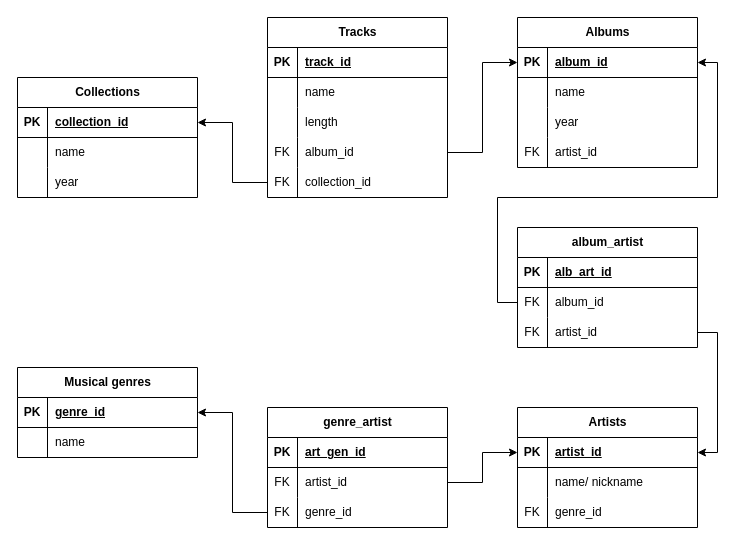
Earlier version of the draw.io diagram hw_2_database.drawio (antgusev/hw_db_task2). Source tidied: cells renumbered, new cells numbered last; positions are measured from the earlier drawing's top-left corner, leaving out a move shared by most shapes. Both pictures are drawn from the tidied source at 100%, with x=0, y=0 at pixel (17, 17).
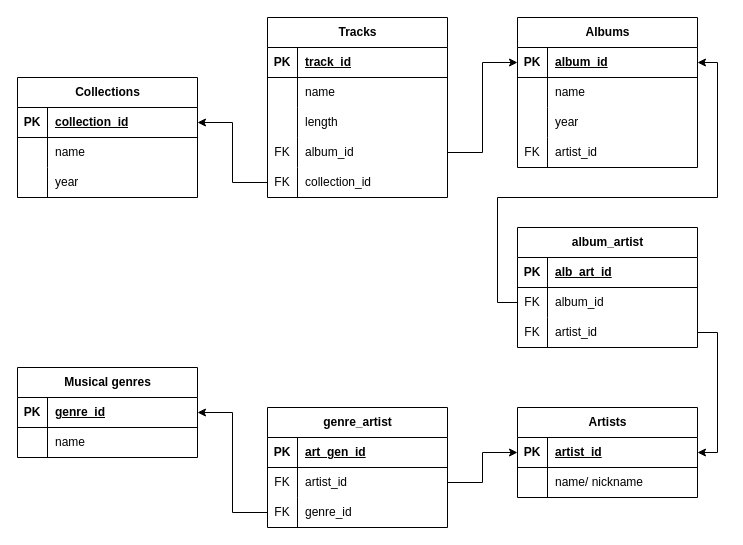
Above is the later version.

What changed in the source:
```diff
@@
     <mxCell id="31" value="Artists" style="shape=table;startSize=30;childLayout=tableLayout;rowLines=0;fontStyle=1;align=center;html=1;" parent="1" vertex="1">
-      <mxGeometry x="500" y="390" width="180" height="120" as="geometry" />
+      <mxGeometry x="500" y="390" width="180" height="90" as="geometry" />
     </mxCell>
@@
-    <mxCell id="38" style="shape=tableRow;horizontal=0;startSize=0;swimlaneHead=0;swimlaneBody=0;fillColor=none;top=0;left=0;right=0;bottom=0;" parent="31" vertex="1">
-      <mxGeometry y="90" width="180" height="30" as="geometry" />
-    </mxCell>
-    <mxCell id="39" value="FK" style="shape=partialRectangle;fillColor=none;top=0;left=0;bottom=0;right=0;overflow=hidden;whiteSpace=wrap;html=1;" parent="38" vertex="1">
-      <mxGeometry width="30" height="30" as="geometry" />
-    </mxCell>
-    <mxCell id="40" value="genre_id" style="shape=partialRectangle;fillColor=none;top=0;left=0;bottom=0;right=0;align=left;spacingLeft=6;overflow=hidden;whiteSpace=wrap;html=1;" parent="38" vertex="1">
-      <mxGeometry x="30" width="150" height="30" as="geometry" />
-    </mxCell>
```
